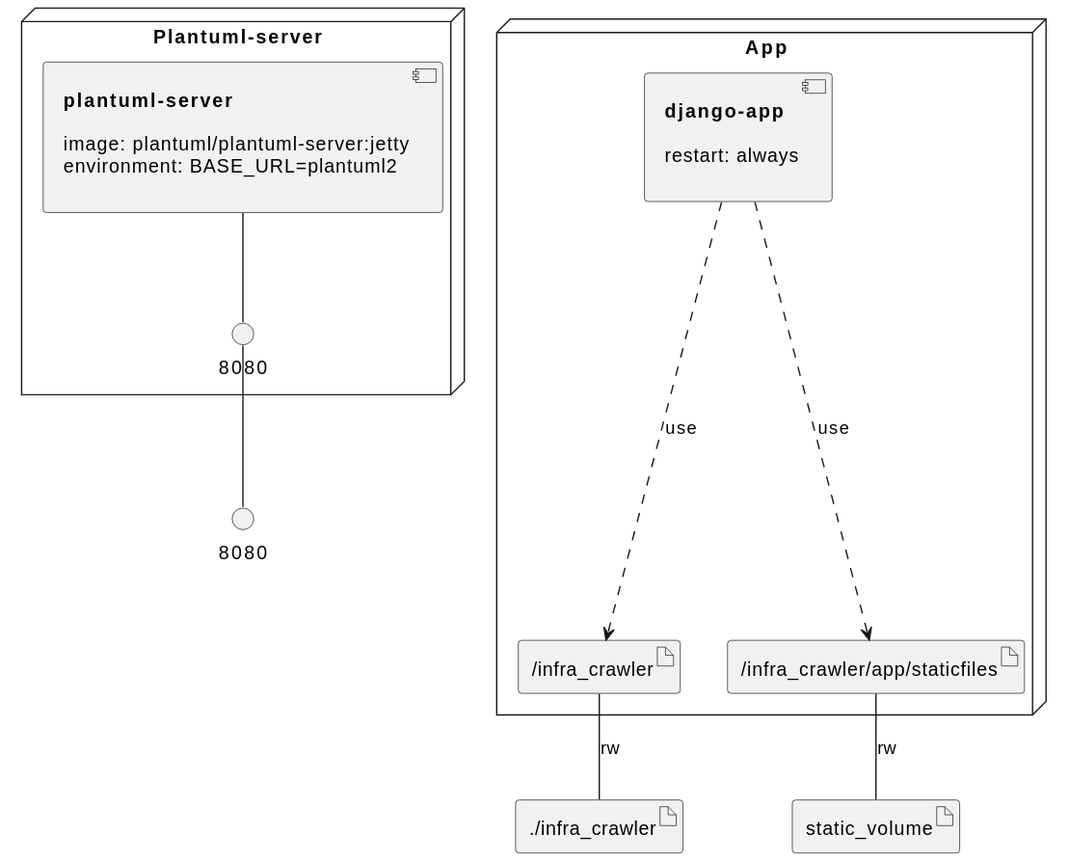
Above: .infragenie/infrastructure_main_model.svg in Rikenunes8/infragenie-tests (PlantUML), before the change. The source it was exported from:
```plantuml
@startuml
allowmixing
node "Plantuml-server" as 824c25065ecc00b04cf456b18e172bba {
 component 6cec62b19a20c63d1b6535f2688de974 [
**plantuml-server**

image: plantuml/plantuml-server:jetty
environment: BASE_URL=plantuml2

]
() "8080" as 18eb8329fc6fdb6f429a02d04f286599
}
node "App" as d2a57dc1d883fd21fb9951699df71cc7 {
 component 90864b398c54ba1a31949f1dc8f522f9 [
**django-app**

restart: always

]
artifact "/infra_crawler" as 48871f9ddd61de6056759e86342fe397
artifact "/infra_crawler/app/staticfiles" as 5e07b5c6520b9f500d4b371c306e53c8
}
() "8080" as 600c44c1349e9154dce569ba37e2d70b
artifact "./infra_crawler" as 73d99f61cf21f8768f6271f1b1e3cb79
artifact "static_volume" as 02333efa2bf4b0344924cb9dbec6e9b2
6cec62b19a20c63d1b6535f2688de974 -d- 18eb8329fc6fdb6f429a02d04f286599
18eb8329fc6fdb6f429a02d04f286599 -d- 600c44c1349e9154dce569ba37e2d70b
48871f9ddd61de6056759e86342fe397 -d- 73d99f61cf21f8768f6271f1b1e3cb79 : "rw"
90864b398c54ba1a31949f1dc8f522f9 ..d..> 48871f9ddd61de6056759e86342fe397 : "use"
5e07b5c6520b9f500d4b371c306e53c8 -d- 02333efa2bf4b0344924cb9dbec6e9b2 : "rw"
90864b398c54ba1a31949f1dc8f522f9 ..d..> 5e07b5c6520b9f500d4b371c306e53c8 : "use"
@enduml
```
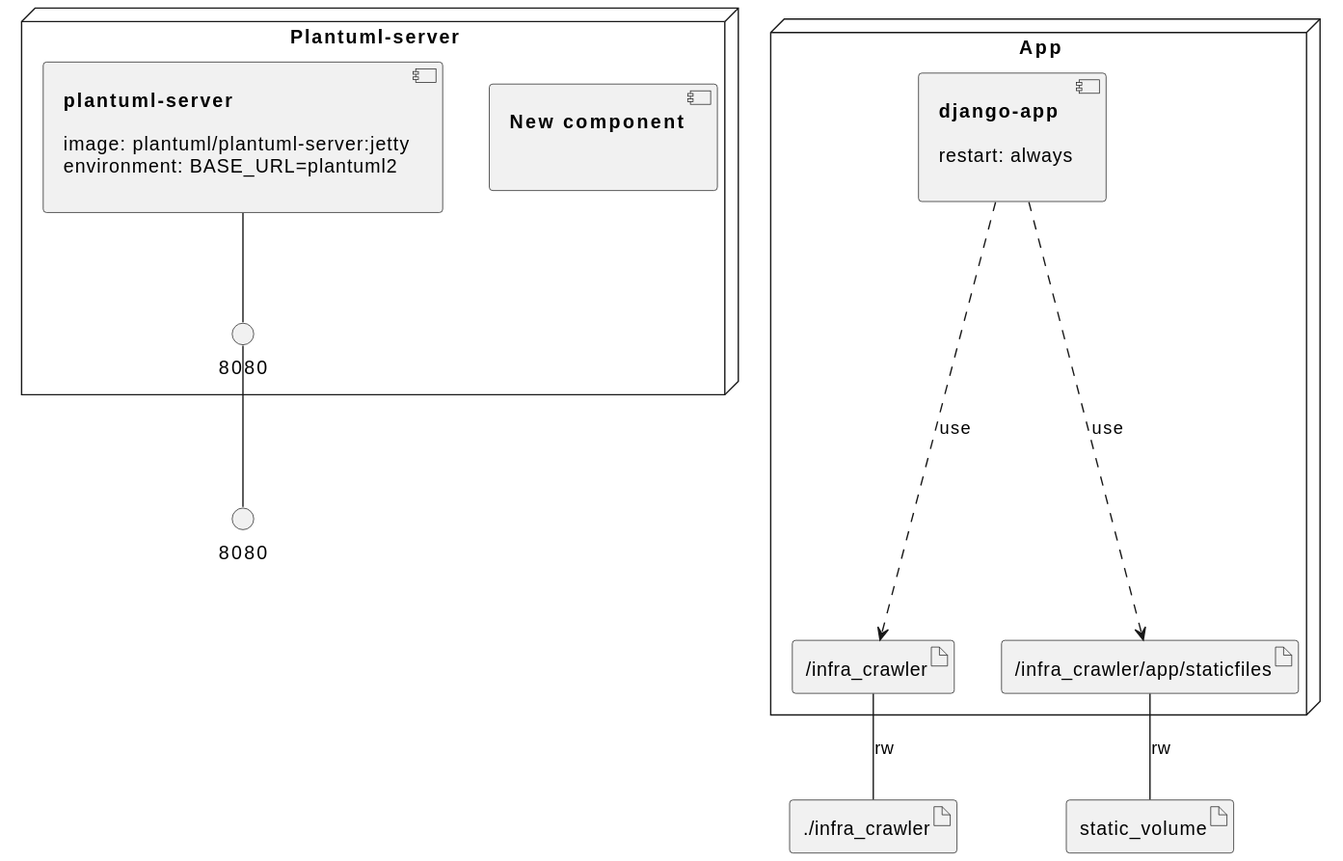
The same diagram one commit later.

Commit message:
Update infrastructure main model

What changed in the source:
```diff
@@ -6,6 +6,11 @@
 
 image: plantuml/plantuml-server:jetty
 environment: BASE_URL=plantuml2
+
+]
+component 15c81e78893024c5e2ba38d2fd08859c [
+**New component**
+
 
 ]
 () "8080" as 18eb8329fc6fdb6f429a02d04f286599
```
